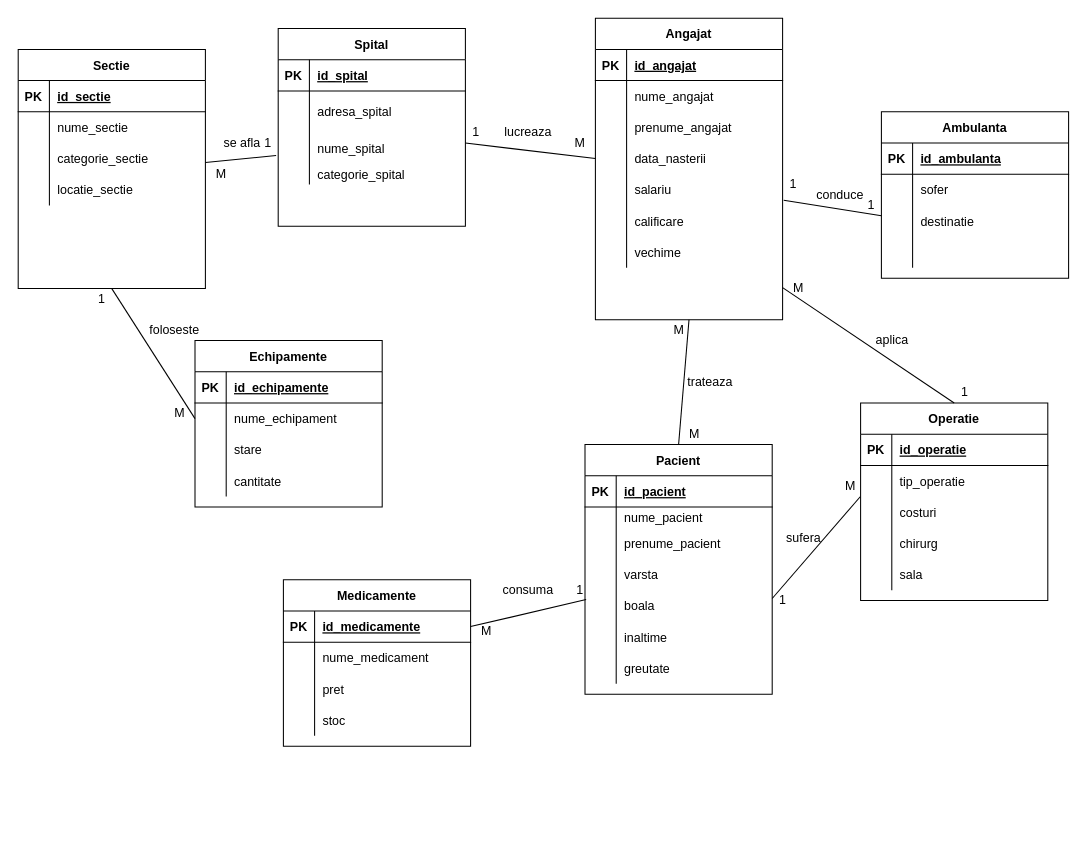
The draw.io diagram Untitled Diagram.drawio in AbuniAndrei97/wickeds, before the edit. Source tidied: cells renumbered, new cells numbered last; positions are measured from the earlier drawing's top-left corner, leaving out a move shared by most shapes. Both pictures are drawn from the tidied source at 104%, with x=0, y=0 at pixel (18, 18).
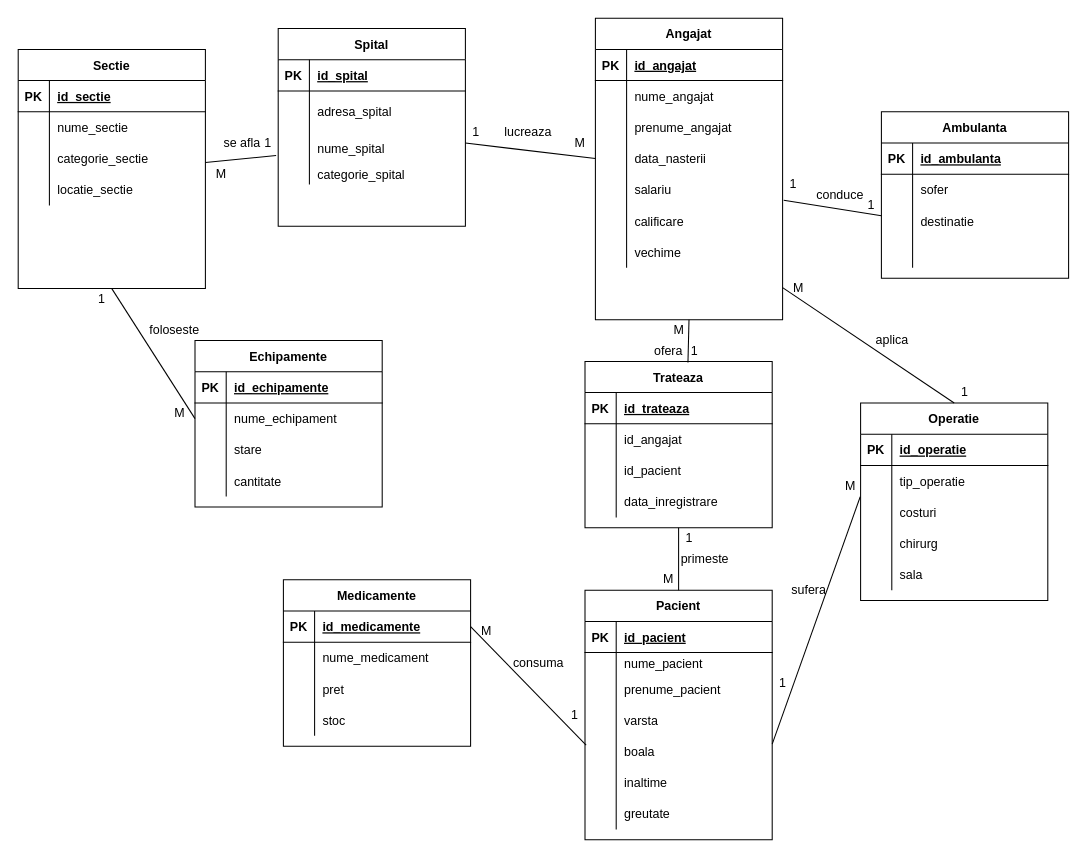
The same diagram, later.

The change refers to these unchanged cells:
```xml
<mxCell id="15" value="Angajat" style="shape=table;startSize=30;childLayout=tableLayout;rowLines=0;fontStyle=1;align=center;" parent="1" vertex="1">
  <mxGeometry x="555" width="180" height="290" as="geometry" />
</mxCell>
```

The edit, as a diff of the source:
```diff
@@
     <mxCell id="37" value="Pacient" style="shape=table;startSize=30;childLayout=tableLayout;rowLines=0;fontStyle=1;align=center;" parent="1" vertex="1">
-      <mxGeometry x="545" y="410" width="180" height="240" as="geometry" />
+      <mxGeometry x="545" y="550" width="180" height="240" as="geometry" />
     </mxCell>
@@
-    <mxCell id="129" style="endArrow=none;html=1;rounded=0;entryX=0.5;entryY=0;entryDx=0;entryDy=0;exitX=0.5;exitY=1;exitDx=0;exitDy=0;startArrow=none;startFill=0;endFill=0;" parent="1" edge="1" source="15" target="37">
-      <mxGeometry relative="1" as="geometry" />
-    </mxCell>
@@
-    <mxCell id="143" value="M" style="text;html=1;align=center;verticalAlign=middle;strokeColor=none;" parent="1" vertex="1">
-      <mxGeometry x="620" y="290" width="30" height="20" as="geometry" />
-    </mxCell>
-    <mxCell id="144" value="M" style="text;html=1;align=center;verticalAlign=middle;strokeColor=none;" parent="1" vertex="1">
-      <mxGeometry x="635" y="390" width="30" height="20" as="geometry" />
-    </mxCell>
@@
     <mxCell id="146" value="1" style="text;html=1;align=center;verticalAlign=middle;strokeColor=none;" parent="1" vertex="1">
-      <mxGeometry x="530" y="540" width="20" height="20" as="geometry" />
+      <mxGeometry x="525" y="660" width="20" height="20" as="geometry" />
     </mxCell>
@@
     <mxCell id="153" value="consuma" style="text;html=1;align=center;verticalAlign=middle;strokeColor=none;" parent="1" vertex="1">
-      <mxGeometry x="460" y="540" width="60" height="20" as="geometry" />
+      <mxGeometry x="470" y="610" width="60" height="20" as="geometry" />
     </mxCell>
     <mxCell id="154" value="sufera" style="text;html=1;align=center;verticalAlign=middle;strokeColor=none;" parent="1" vertex="1">
-      <mxGeometry x="730" y="490" width="50" height="20" as="geometry" />
+      <mxGeometry x="735" y="540" width="50" height="20" as="geometry" />
     </mxCell>
-    <mxCell id="155" value="trateaza" style="text;html=1;align=center;verticalAlign=middle;strokeColor=none;" parent="1" vertex="1">
-      <mxGeometry x="635" y="340" width="60" height="20" as="geometry" />
-    </mxCell>
     <mxCell id="156" value="1" style="text;html=1;align=center;verticalAlign=middle;strokeColor=none;" parent="1" vertex="1">
-      <mxGeometry x="725" y="550" width="20" height="20" as="geometry" />
+      <mxGeometry x="725" y="630" width="20" height="20" as="geometry" />
     </mxCell>
@@
+    <mxCell id="159" value="Trateaza" style="shape=table;startSize=30;childLayout=tableLayout;rowLines=0;fontStyle=1;align=center;" parent="1" vertex="1">
+      <mxGeometry x="545" y="330" width="180" height="160" as="geometry" />
+    </mxCell>
+    <mxCell id="160" style="shape=partialRectangle;fillColor=none;top=0;left=0;bottom=1;right=0;" parent="159" vertex="1">
+      <mxGeometry y="30" width="180" height="30" as="geometry" />
+    </mxCell>
+    <mxCell id="161" value="PK" style="shape=partialRectangle;fillColor=none;top=0;left=0;bottom=0;right=0;fontStyle=1;overflow=hidden;" parent="160" vertex="1">
+      <mxGeometry width="30" height="30" as="geometry" />
+    </mxCell>
+    <mxCell id="162" value="id_trateaza" style="shape=partialRectangle;fillColor=none;top=0;left=0;bottom=0;right=0;align=left;spacingLeft=6;fontStyle=5;overflow=hidden;" parent="160" vertex="1">
+      <mxGeometry x="30" width="150" height="30" as="geometry" />
+    </mxCell>
+    <mxCell id="163" style="shape=partialRectangle;fillColor=none;top=0;left=0;bottom=0;right=0;" parent="159" vertex="1">
+      <mxGeometry y="60" width="180" height="30" as="geometry" />
+    </mxCell>
+    <mxCell id="164" style="shape=partialRectangle;fillColor=none;top=0;left=0;bottom=0;right=0;overflow=hidden;" parent="163" vertex="1">
+      <mxGeometry width="30" height="30" as="geometry" />
+    </mxCell>
+    <mxCell id="165" value="id_angajat" style="shape=partialRectangle;fillColor=none;top=0;left=0;bottom=0;right=0;align=left;spacingLeft=6;overflow=hidden;" parent="163" vertex="1">
+      <mxGeometry x="30" width="150" height="30" as="geometry" />
+    </mxCell>
+    <mxCell id="166" style="shape=partialRectangle;fillColor=none;top=0;left=0;bottom=0;right=0;" parent="159" vertex="1">
+      <mxGeometry y="90" width="180" height="30" as="geometry" />
+    </mxCell>
+    <mxCell id="167" style="shape=partialRectangle;fillColor=none;top=0;left=0;bottom=0;right=0;overflow=hidden;" parent="166" vertex="1">
+      <mxGeometry width="30" height="30" as="geometry" />
+    </mxCell>
+    <mxCell id="168" value="id_pacient" style="shape=partialRectangle;fillColor=none;top=0;left=0;bottom=0;right=0;align=left;spacingLeft=6;overflow=hidden;" parent="166" vertex="1">
+      <mxGeometry x="30" width="150" height="30" as="geometry" />
+    </mxCell>
+    <mxCell id="169" style="shape=partialRectangle;fillColor=none;top=0;left=0;bottom=0;right=0;" parent="159" vertex="1">
+      <mxGeometry y="120" width="180" height="30" as="geometry" />
+    </mxCell>
+    <mxCell id="170" style="shape=partialRectangle;fillColor=none;top=0;left=0;bottom=0;right=0;overflow=hidden;" parent="169" vertex="1">
+      <mxGeometry width="30" height="30" as="geometry" />
+    </mxCell>
+    <mxCell id="171" value="data_inregistrare" style="shape=partialRectangle;fillColor=none;top=0;left=0;bottom=0;right=0;align=left;spacingLeft=6;overflow=hidden;" parent="169" vertex="1">
+      <mxGeometry x="30" width="150" height="30" as="geometry" />
+    </mxCell>
+    <mxCell id="172" style="endArrow=none;html=1;rounded=0;entryX=0.55;entryY=0.006;entryDx=0;entryDy=0;exitX=0.5;exitY=1;exitDx=0;exitDy=0;startArrow=none;startFill=0;endFill=0;entryPerimeter=0;" parent="1" edge="1" source="15" target="159">
+      <mxGeometry relative="1" as="geometry" />
+    </mxCell>
+    <mxCell id="173" style="endArrow=none;html=1;rounded=0;entryX=0.5;entryY=0;entryDx=0;entryDy=0;startArrow=none;startFill=0;endFill=0;exitX=0.5;exitY=1;exitDx=0;exitDy=0;" parent="1" edge="1" source="159" target="37">
+      <mxGeometry relative="1" as="geometry" />
+    </mxCell>
+    <mxCell id="174" value="1" style="text;html=1;align=center;verticalAlign=middle;strokeColor=none;" parent="1" vertex="1">
+      <mxGeometry x="640" y="310" width="20" height="20" as="geometry" />
+    </mxCell>
+    <mxCell id="143" value="M" style="text;html=1;align=center;verticalAlign=middle;strokeColor=none;" parent="1" vertex="1">
+      <mxGeometry x="620" y="290" width="30" height="20" as="geometry" />
+    </mxCell>
+    <mxCell id="175" value="1" style="text;html=1;align=center;verticalAlign=middle;strokeColor=none;" parent="1" vertex="1">
+      <mxGeometry x="635" y="490" width="20" height="20" as="geometry" />
+    </mxCell>
+    <mxCell id="144" value="M" style="text;html=1;align=center;verticalAlign=middle;strokeColor=none;" parent="1" vertex="1">
+      <mxGeometry x="610" y="530" width="30" height="20" as="geometry" />
+    </mxCell>
+    <mxCell id="176" value="ofera" style="text;html=1;align=center;verticalAlign=middle;strokeColor=none;" parent="1" vertex="1">
+      <mxGeometry x="605" y="310" width="40" height="20" as="geometry" />
+    </mxCell>
+    <mxCell id="177" value="primeste" style="text;html=1;align=center;verticalAlign=middle;strokeColor=none;" parent="1" vertex="1">
+      <mxGeometry x="630" y="510" width="60" height="20" as="geometry" />
+    </mxCell>
```
